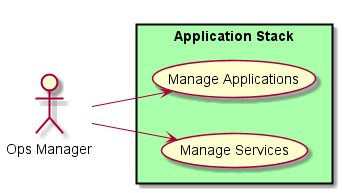
Above: docs/Solution/Application-Stack/UseCases.png in CAADE/fleet (PlantUML), before the change.
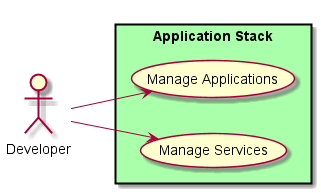
After the change.

What changed in the source:
```diff
@@ -2,15 +2,15 @@
 
 left to right direction
 
-actor :Ops Manager: as Ops
+actor :Developer: as Dev
 
 rectangle "Application Stack" #aaffaa {
 UseCase UC1 as "Manage Applications"
 UseCase UC2  as "Manage Services"
 
 
-Ops --> UC1
-Ops --> UC2
+Dev --> UC1
+Dev --> UC2
 }
 
 @enduml
```
